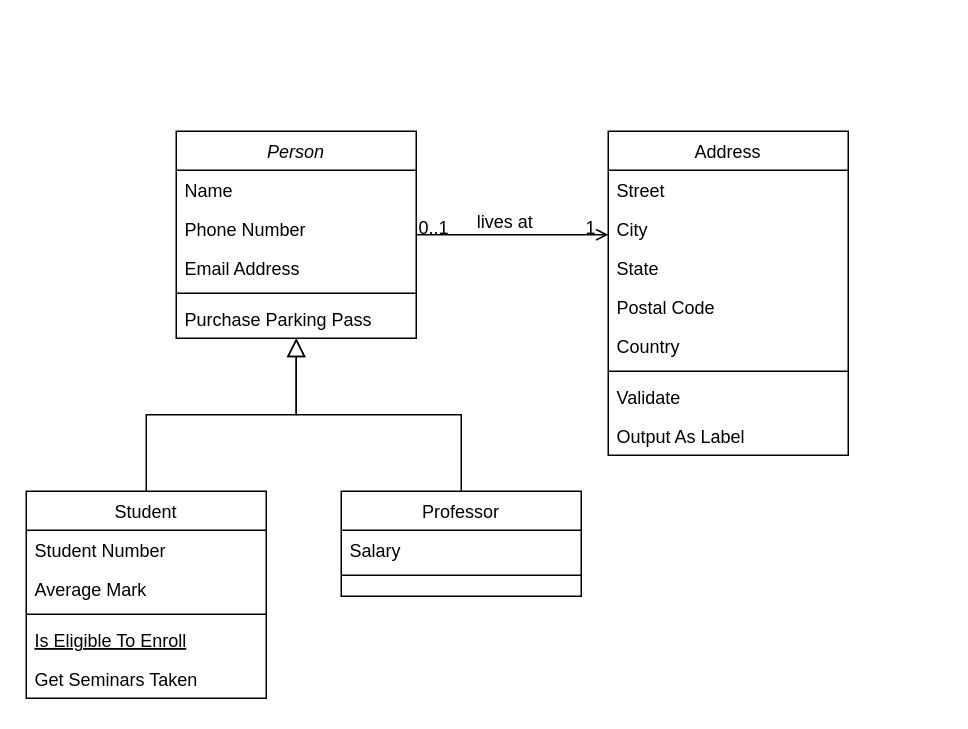
The draw.io diagram Diagrama sem nome.drawio in RicardoPereiraDev/DSCatalogDev2024, before the edit. Source tidied: cells renumbered, new cells numbered last; positions are measured from the earlier drawing's top-left corner, leaving out a move shared by most shapes. Both pictures are drawn from the tidied source at 150%, with x=0, y=0 at pixel (26, 130).
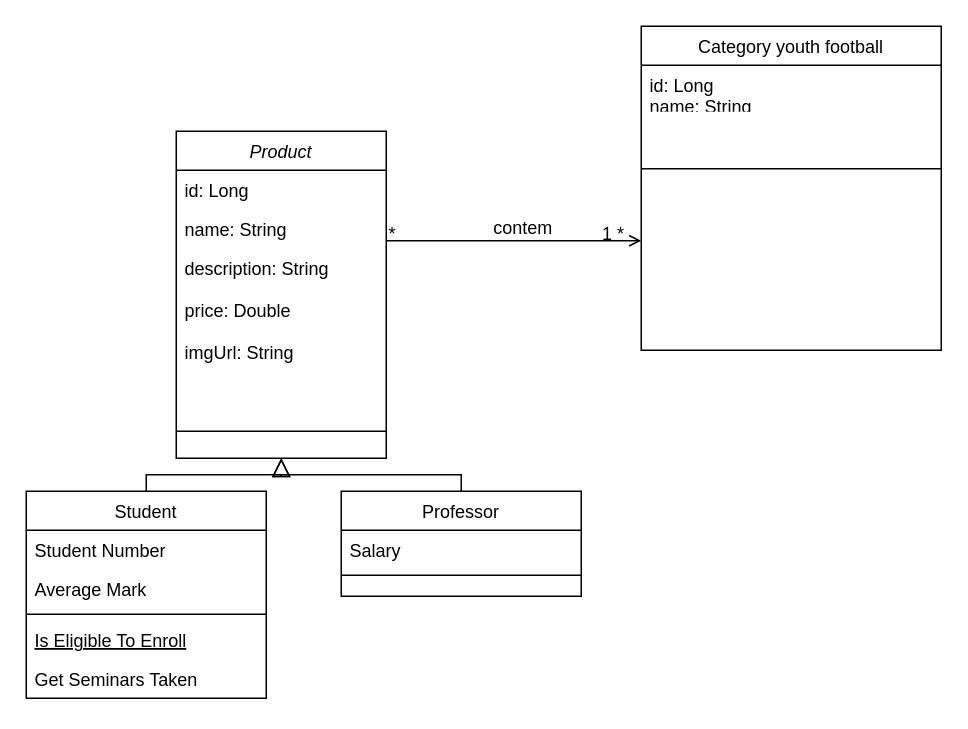
The same diagram, later.

The change refers to these unchanged cells:
```xml
<mxCell id="28" style="endArrow=open;shadow=0;strokeWidth=1;rounded=0;curved=0;endFill=1;edgeStyle=elbowEdgeStyle;elbow=vertical;" parent="1" edge="1" source="2" target="19">
  <mxGeometry x="0.5" y="41" relative="1" as="geometry">
    <mxPoint x="-40" y="32" as="offset" />
  </mxGeometry>
</mxCell>
```

Change to the diagram source:
```diff
@@
-    <mxCell id="2" value="Person" style="swimlane;fontStyle=2;align=center;verticalAlign=top;horizontal=1;startSize=26;rounded=0;shadow=0;strokeWidth=1;" parent="1" vertex="1">
-      <mxGeometry x="100" width="160" height="138" as="geometry" />
+    <mxCell id="2" value="Product" style="swimlane;fontStyle=2;align=center;verticalAlign=top;horizontal=1;startSize=26;rounded=0;shadow=0;strokeWidth=1;" parent="1" vertex="1">
+      <mxGeometry x="100" width="140" height="218" as="geometry" />
     </mxCell>
-    <mxCell id="3" value="Name" style="text;align=left;verticalAlign=top;spacingLeft=4;spacingRight=4;overflow=hidden;" parent="2" vertex="1">
-      <mxGeometry y="26" width="160" height="26" as="geometry" />
+    <mxCell id="3" value="id: Long" style="text;align=left;verticalAlign=top;spacingLeft=4;spacingRight=4;overflow=hidden;" parent="2" vertex="1">
+      <mxGeometry y="26" width="140" height="26" as="geometry" />
     </mxCell>
-    <mxCell id="4" value="Phone Number" style="text;align=left;verticalAlign=top;spacingLeft=4;spacingRight=4;overflow=hidden;rounded=0;shadow=0;html=0;" parent="2" vertex="1">
-      <mxGeometry y="52" width="160" height="26" as="geometry" />
+    <mxCell id="4" value="name: String" style="text;align=left;verticalAlign=top;spacingLeft=4;spacingRight=4;overflow=hidden;rounded=0;shadow=0;html=0;" parent="2" vertex="1">
+      <mxGeometry y="52" width="140" height="26" as="geometry" />
     </mxCell>
-    <mxCell id="5" value="Email Address" style="text;align=left;verticalAlign=top;spacingLeft=4;spacingRight=4;overflow=hidden;rounded=0;shadow=0;html=0;" parent="2" vertex="1">
-      <mxGeometry y="78" width="160" height="26" as="geometry" />
+    <mxCell id="5" value="description: String&#10;&#10;price: Double&#10;&#10;imgUrl: String&#10;&#10;" style="text;align=left;verticalAlign=top;spacingLeft=4;spacingRight=4;overflow=hidden;rounded=0;shadow=0;html=0;" parent="2" vertex="1">
+      <mxGeometry y="78" width="140" height="92" as="geometry" />
     </mxCell>
+    <mxCell id="7" value="&#10;" style="text;align=left;verticalAlign=top;spacingLeft=4;spacingRight=4;overflow=hidden;" parent="2" vertex="1">
+      <mxGeometry y="170" width="140" height="20" as="geometry" />
+    </mxCell>
     <mxCell id="6" style="line;html=1;strokeWidth=1;align=left;verticalAlign=middle;spacingTop=-1;spacingLeft=3;spacingRight=3;labelPosition=right;" parent="2" vertex="1">
-      <mxGeometry y="104" width="160" height="8" as="geometry" />
+      <mxGeometry y="190" width="140" height="20" as="geometry" />
     </mxCell>
-    <mxCell id="7" value="Purchase Parking Pass" style="text;align=left;verticalAlign=top;spacingLeft=4;spacingRight=4;overflow=hidden;" parent="2" vertex="1">
-      <mxGeometry y="112" width="160" height="26" as="geometry" />
-    </mxCell>
@@
-    <mxCell id="19" value="Address" style="swimlane;fontStyle=0;align=center;verticalAlign=top;horizontal=1;startSize=26;rounded=0;shadow=0;strokeWidth=1;" parent="1" vertex="1">
-      <mxGeometry x="388" width="160" height="216" as="geometry" />
+    <mxCell id="19" value="Category youth football" style="swimlane;fontStyle=0;align=center;verticalAlign=top;horizontal=1;startSize=26;rounded=0;shadow=0;strokeWidth=1;" parent="1" vertex="1">
+      <mxGeometry x="410" y="-70" width="200" height="216" as="geometry" />
     </mxCell>
-    <mxCell id="20" value="Street" style="text;align=left;verticalAlign=top;spacingLeft=4;spacingRight=4;overflow=hidden;" parent="19" vertex="1">
-      <mxGeometry y="26" width="160" height="26" as="geometry" />
-    </mxCell>
-    <mxCell id="21" value="City" style="text;align=left;verticalAlign=top;spacingLeft=4;spacingRight=4;overflow=hidden;rounded=0;shadow=0;html=0;" parent="19" vertex="1">
-      <mxGeometry y="52" width="160" height="26" as="geometry" />
-    </mxCell>
-    <mxCell id="22" value="State" style="text;align=left;verticalAlign=top;spacingLeft=4;spacingRight=4;overflow=hidden;rounded=0;shadow=0;html=0;" parent="19" vertex="1">
-      <mxGeometry y="78" width="160" height="26" as="geometry" />
-    </mxCell>
-    <mxCell id="23" value="Postal Code" style="text;align=left;verticalAlign=top;spacingLeft=4;spacingRight=4;overflow=hidden;rounded=0;shadow=0;html=0;" parent="19" vertex="1">
-      <mxGeometry y="104" width="160" height="26" as="geometry" />
-    </mxCell>
-    <mxCell id="24" value="Country" style="text;align=left;verticalAlign=top;spacingLeft=4;spacingRight=4;overflow=hidden;rounded=0;shadow=0;html=0;" parent="19" vertex="1">
-      <mxGeometry y="130" width="160" height="26" as="geometry" />
+    <mxCell id="24" value="id: Long&#10;name: String" style="text;align=left;verticalAlign=top;spacingLeft=4;spacingRight=4;overflow=hidden;rounded=0;shadow=0;html=0;" parent="19" vertex="1">
+      <mxGeometry y="26" width="200" height="26" as="geometry" />
     </mxCell>
     <mxCell id="25" style="line;html=1;strokeWidth=1;align=left;verticalAlign=middle;spacingTop=-1;spacingLeft=3;spacingRight=3;labelPosition=right;" parent="19" vertex="1">
-      <mxGeometry y="156" width="160" height="8" as="geometry" />
+      <mxGeometry y="52" width="200" height="86" as="geometry" />
     </mxCell>
-    <mxCell id="26" value="Validate" style="text;align=left;verticalAlign=top;spacingLeft=4;spacingRight=4;overflow=hidden;" parent="19" vertex="1">
-      <mxGeometry y="164" width="160" height="26" as="geometry" />
-    </mxCell>
-    <mxCell id="27" value="Output As Label" style="text;align=left;verticalAlign=top;spacingLeft=4;spacingRight=4;overflow=hidden;" parent="19" vertex="1">
-      <mxGeometry y="190" width="160" height="26" as="geometry" />
-    </mxCell>
@@
-    <mxCell id="29" value="0..1" style="align=left;verticalAlign=bottom;labelBackgroundColor=none;fontSize=12;" parent="28" vertex="1">
+    <mxCell id="29" value="*" style="align=left;verticalAlign=bottom;labelBackgroundColor=none;fontSize=12;" parent="28" vertex="1">
       <mxGeometry x="-1" relative="1" as="geometry">
         <mxPoint y="4" as="offset" />
       </mxGeometry>
     </mxCell>
-    <mxCell id="30" value="1" style="align=right;verticalAlign=bottom;labelBackgroundColor=none;fontSize=12;" parent="28" vertex="1">
+    <mxCell id="30" value="1 *" style="align=right;verticalAlign=bottom;labelBackgroundColor=none;fontSize=12;" parent="28" vertex="1">
       <mxGeometry x="1" relative="1" as="geometry">
-        <mxPoint x="-7" y="4" as="offset" />
+        <mxPoint x="-10" y="4" as="offset" />
       </mxGeometry>
     </mxCell>
-    <mxCell id="31" value="lives at" style="text;html=1;align=center;verticalAlign=middle;labelBackgroundColor=none;rounded=0;shadow=0;strokeWidth=1;fontSize=12;" parent="28" vertex="1">
+    <mxCell id="31" value="contem" style="text;html=1;align=center;verticalAlign=middle;labelBackgroundColor=none;rounded=0;shadow=0;strokeWidth=1;fontSize=12;" parent="28" vertex="1">
       <mxGeometry x="0.5" y="49" relative="1" as="geometry">
         <mxPoint x="-38" y="40" as="offset" />
       </mxGeometry>
     </mxCell>
```
